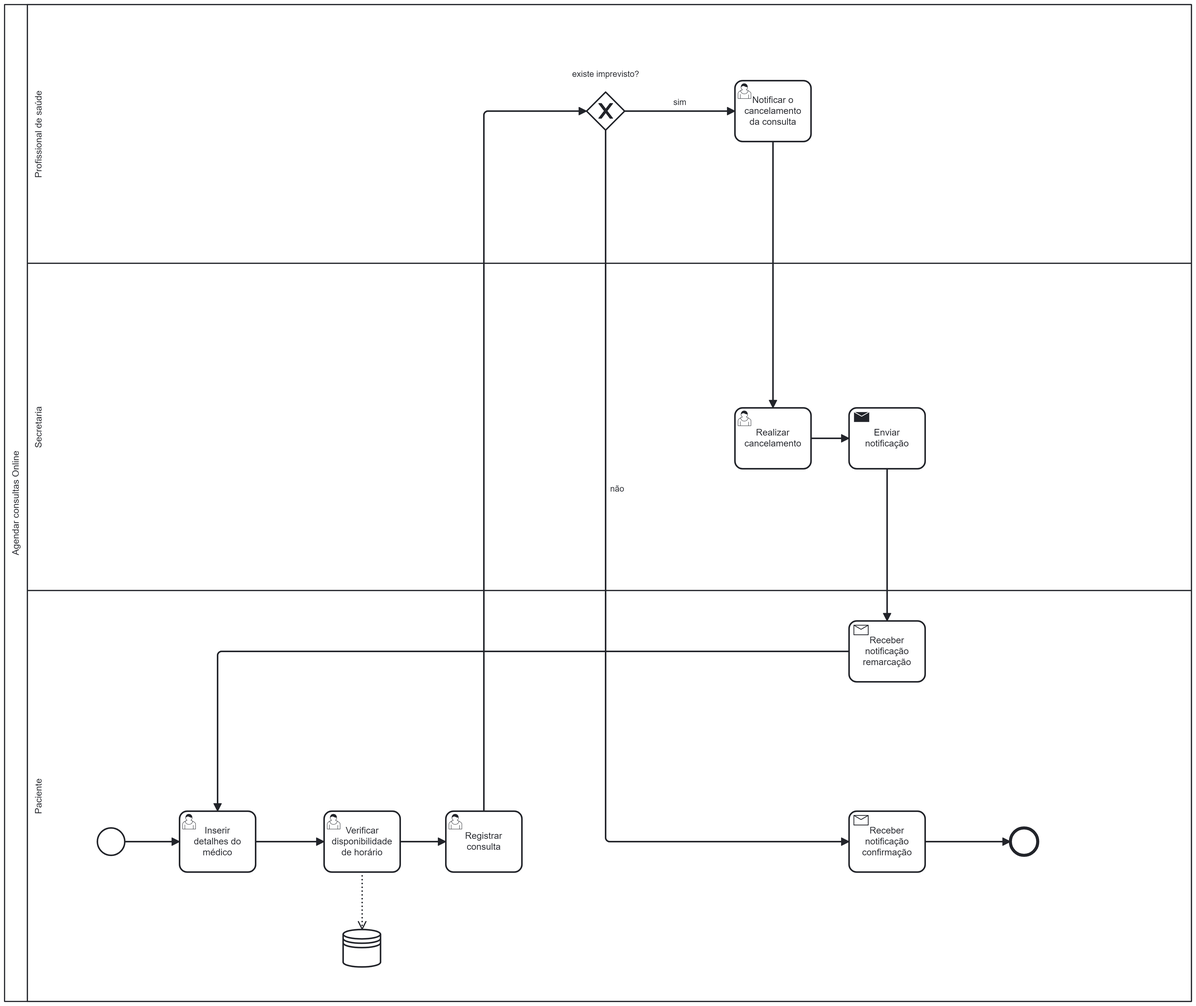
Earlier version of the BPMN export docs/images/processo_3_gerenciar_consultas_online.png (bragap/healthassist-faculdade-2p). Its source is kept beside it as assets/processes/processo_3_gerenciar_consultas_online.bpmn. Ids are renumbered.
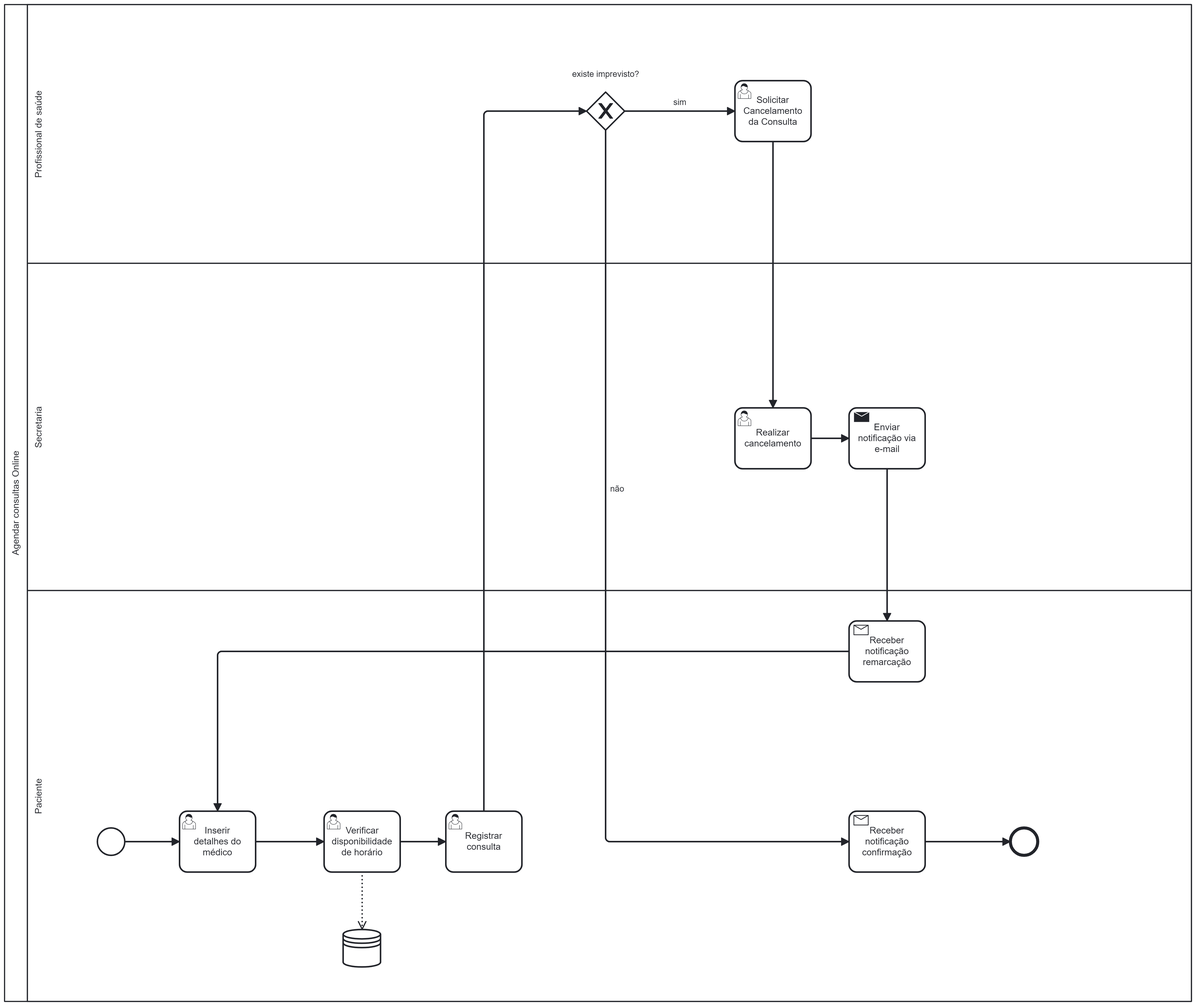
After the change.

Commit message:
Correções no processo 3

Diff of the diagram source:
```diff
@@ -9,9 +9,9 @@
         <bpmn:flowNodeRef>Activity_n8</bpmn:flowNodeRef>
         <bpmn:flowNodeRef>Activity_n9</bpmn:flowNodeRef>
         <bpmn:flowNodeRef>Event_n10</bpmn:flowNodeRef>
-        <bpmn:flowNodeRef>Activity_n11</bpmn:flowNodeRef>
         <bpmn:flowNodeRef>StartEvent_1</bpmn:flowNodeRef>
         <bpmn:flowNodeRef>Activity_n12</bpmn:flowNodeRef>
+        <bpmn:flowNodeRef>Activity_n11</bpmn:flowNodeRef>
       </bpmn:lane>
       <bpmn:lane id="Lane_n13" name="Secretaria">
         <bpmn:flowNodeRef>Activity_n14</bpmn:flowNodeRef>
@@ -25,17 +25,9 @@
     <bpmn:sequenceFlow id="Flow_n19" sourceRef="Activity_n14" targetRef="Activity_n15" />
     <bpmn:sequenceFlow id="Flow_n20" sourceRef="Activity_n17" targetRef="Activity_n14" />
     <bpmn:sequenceFlow id="Flow_n21" name="sim" sourceRef="Gateway_n18" targetRef="Activity_n17" />
-    <bpmn:sendTask id="Activity_n15" name="Enviar notificação">
-      <bpmn:incoming>Flow_n19</bpmn:incoming>
-      <bpmn:outgoing>Flow_n22</bpmn:outgoing>
-    </bpmn:sendTask>
-    <bpmn:userTask id="Activity_n17" name="Notificar o cancelamento da consulta">
+    <bpmn:userTask id="Activity_n17" name="Solicitar Cancelamento da Consulta">
       <bpmn:incoming>Flow_n21</bpmn:incoming>
       <bpmn:outgoing>Flow_n20</bpmn:outgoing>
-    </bpmn:userTask>
-    <bpmn:userTask id="Activity_n14" name="Realizar cancelamento">
-      <bpmn:incoming>Flow_n20</bpmn:incoming>
-      <bpmn:outgoing>Flow_n19</bpmn:outgoing>
     </bpmn:userTask>
     <bpmn:sequenceFlow id="Flow_n23" sourceRef="Activity_n8" targetRef="Gateway_n18" />
     <bpmn:sequenceFlow id="Flow_n24" sourceRef="Activity_n7" targetRef="Activity_n8" />
@@ -60,10 +52,6 @@
     </bpmn:endEvent>
     <bpmn:sequenceFlow id="Flow_n30" sourceRef="Activity_n11" targetRef="Activity_n12" />
     <bpmn:sequenceFlow id="Flow_n22" sourceRef="Activity_n15" targetRef="Activity_n11" />
-    <bpmn:receiveTask id="Activity_n11" name="Receber notificação remarcação">
-      <bpmn:incoming>Flow_n22</bpmn:incoming>
-      <bpmn:outgoing>Flow_n30</bpmn:outgoing>
-    </bpmn:receiveTask>
     <bpmn:sequenceFlow id="Flow_n31" sourceRef="StartEvent_1" targetRef="Activity_n12" />
     <bpmn:startEvent id="StartEvent_1">
       <bpmn:outgoing>Flow_n31</bpmn:outgoing>
@@ -81,6 +69,18 @@
       <bpmn:incoming>Flow_n30</bpmn:incoming>
       <bpmn:outgoing>Flow_n25</bpmn:outgoing>
     </bpmn:userTask>
+    <bpmn:userTask id="Activity_n14" name="Realizar cancelamento">
+      <bpmn:incoming>Flow_n20</bpmn:incoming>
+      <bpmn:outgoing>Flow_n19</bpmn:outgoing>
+    </bpmn:userTask>
+    <bpmn:sendTask id="Activity_n15" name="Enviar notificação via e-mail">
+      <bpmn:incoming>Flow_n19</bpmn:incoming>
+      <bpmn:outgoing>Flow_n22</bpmn:outgoing>
+    </bpmn:sendTask>
+    <bpmn:receiveTask id="Activity_n11" name="Receber notificação remarcação">
+      <bpmn:incoming>Flow_n22</bpmn:incoming>
+      <bpmn:outgoing>Flow_n30</bpmn:outgoing>
+    </bpmn:receiveTask>
   </bpmn:process>
   <bpmndi:BPMNDiagram id="BPMNDiagram_1">
     <bpmndi:BPMNPlane id="BPMNPlane_1" bpmnElement="Collaboration_n2">
@@ -102,9 +102,11 @@
       </bpmndi:BPMNShape>
       <bpmndi:BPMNShape id="Activity_1jxtt6m_di" bpmnElement="Activity_n15">
         <dc:Bounds x="1270" y="610" width="100" height="80" />
+        <bpmndi:BPMNLabel />
       </bpmndi:BPMNShape>
       <bpmndi:BPMNShape id="Activity_1yzrx76_di" bpmnElement="Activity_n17">
         <dc:Bounds x="1120" y="180" width="100" height="80" />
+        <bpmndi:BPMNLabel />
       </bpmndi:BPMNShape>
       <bpmndi:BPMNShape id="Activity_1duujyl_di" bpmnElement="Activity_n14">
         <dc:Bounds x="1120" y="610" width="100" height="80" />
```
